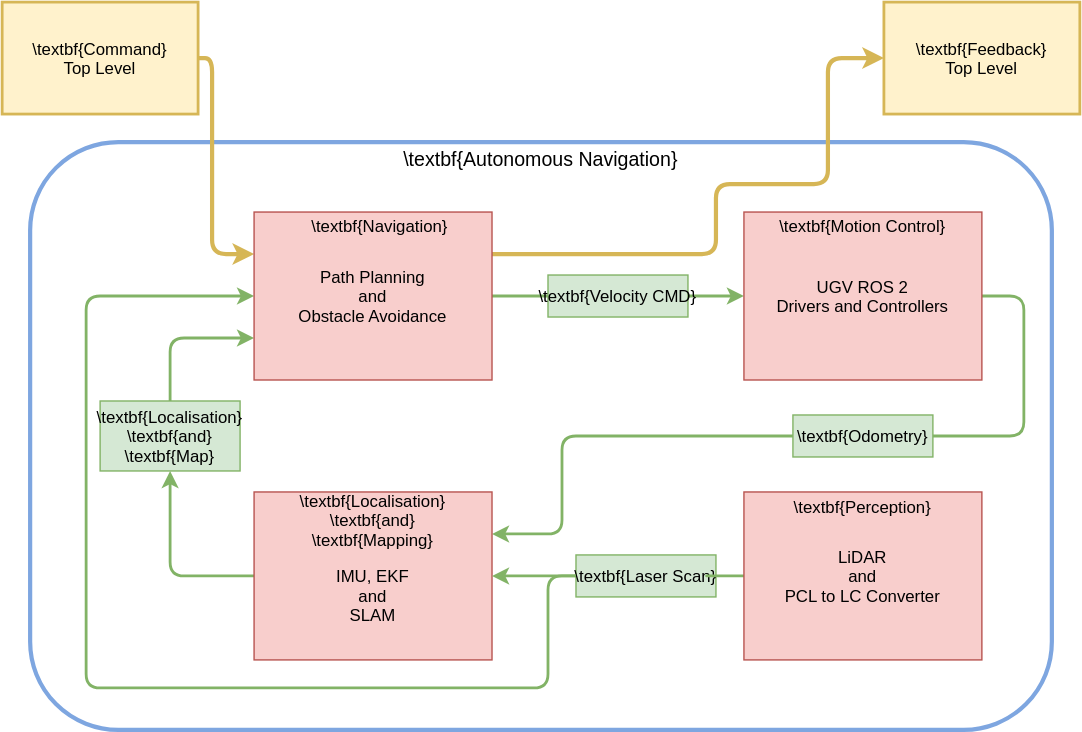
The draw.io diagram Figures/figANMethod.drawio.svg in orjano-max/ORJANOS_MASTER_REPO, before a commit. Source tidied: cells renumbered, new cells last; positions are measured from the earlier drawing's top-left corner, leaving out a move shared by most shapes.
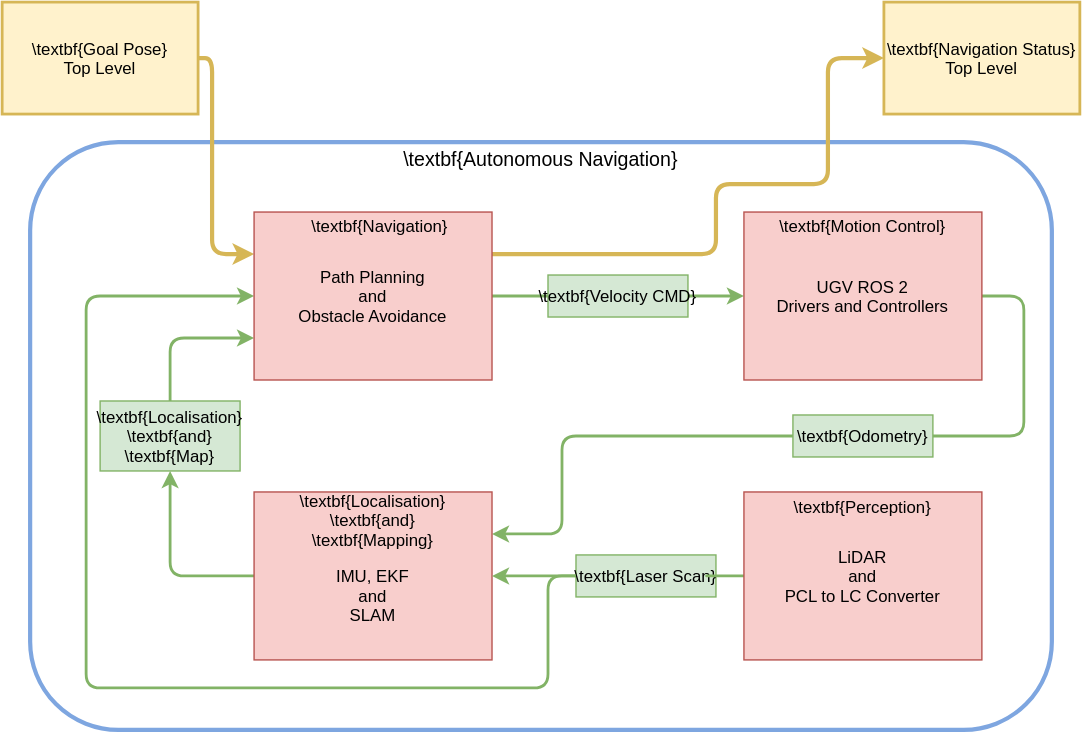
After the commit.

The edit, as a diff of the source:
```diff
@@ -53,10 +53,10 @@
     <mxCell id="11" style="edgeStyle=orthogonalEdgeStyle;jettySize=auto;fillColor=#d5e8d4;strokeColor=#82b366;strokeWidth=2;rounded=1;exitX=0;exitY=0.5;exitDx=0;exitDy=0;entryX=0.5;entryY=1;entryDx=0;entryDy=0;" parent="1" edge="1" source="25" target="4">
       <mxGeometry relative="1" as="geometry" />
     </mxCell>
-    <mxCell id="12" value="\textbf{Feedback}&#10;Top Level" style="rounded=0;fillColor=#fff2cc;strokeColor=#d6b656;strokeWidth=2;" parent="1" vertex="1">
+    <mxCell id="12" value="\textbf{Navigation Status}&#10;Top Level" style="rounded=0;fillColor=#fff2cc;strokeColor=#d6b656;strokeWidth=2;" parent="1" vertex="1">
       <mxGeometry x="630" width="140" height="80" as="geometry" />
     </mxCell>
-    <mxCell id="13" value="\textbf{Command}&#10;Top Level" style="rounded=0;fillColor=#fff2cc;strokeColor=#d6b656;strokeWidth=2;" parent="1" vertex="1">
+    <mxCell id="13" value="\textbf{Goal Pose}&#10;Top Level" style="rounded=0;fillColor=#fff2cc;strokeColor=#d6b656;strokeWidth=2;" parent="1" vertex="1">
       <mxGeometry width="140" height="80" as="geometry" />
     </mxCell>
     <mxCell id="14" style="edgeStyle=orthogonalEdgeStyle;jettySize=auto;fillColor=#fff2cc;strokeColor=#d6b656;strokeWidth=3;rounded=1;exitX=1;exitY=0.5;exitDx=0;exitDy=0;entryX=0;entryY=0.25;entryDx=0;entryDy=0;" parent="1" edge="1" source="13" target="16">
```
